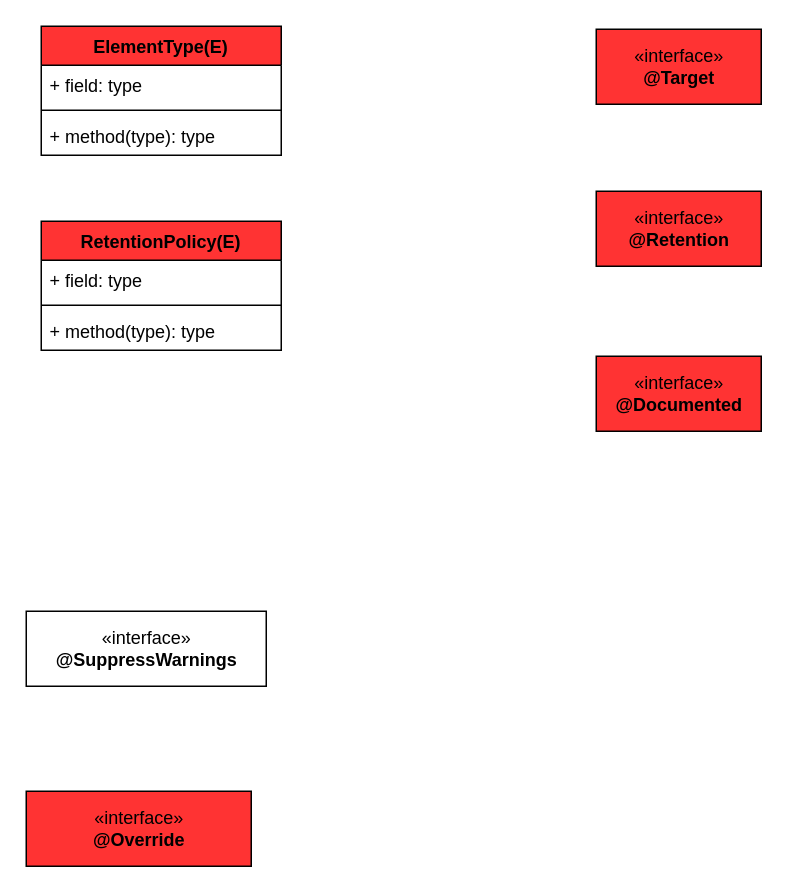
This is page "注解" (31 of 31) of jdk/rt.drawio from tadsimons/draw, a draw.io file, before an edit. Source tidied: cells renumbered, new cells numbered last; positions are measured from the earlier drawing's top-left corner, leaving out a move shared by most shapes. Both pictures are drawn from the tidied source at 150%, with x=0, y=0 at pixel (26, 26).
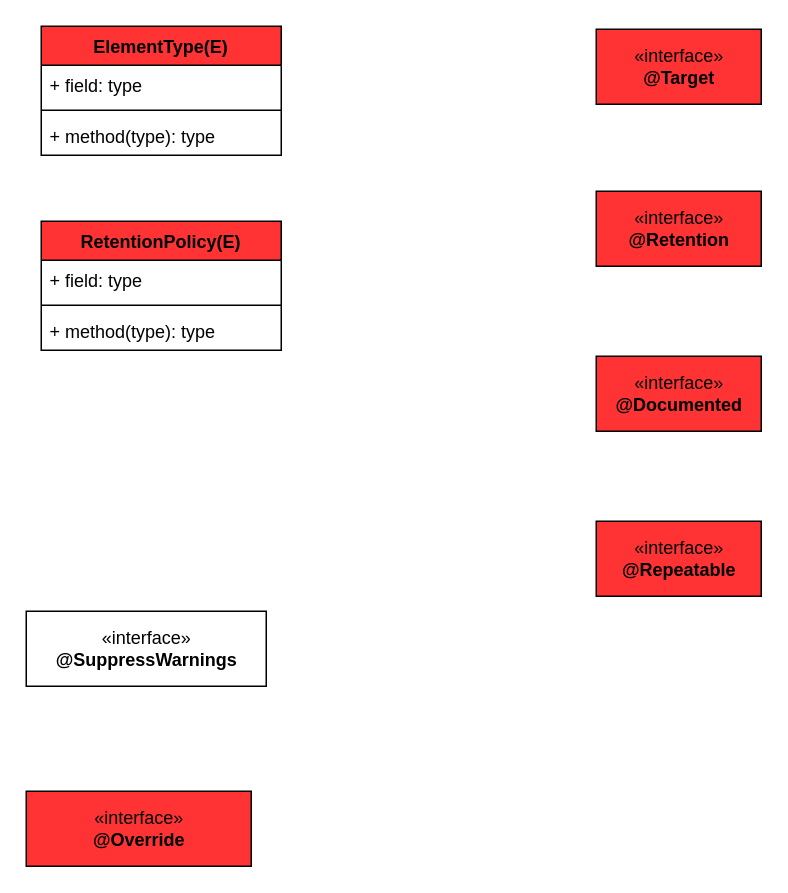
The same diagram, later.

What changed in the source:
```diff
@@
 <mxGraphModel>
   <root>
     <mxCell id="0" />
     <mxCell id="1" parent="0" />
     <mxCell id="2" value="«interface»&lt;br&gt;&lt;b&gt;@SuppressWarnings&lt;/b&gt;" style="html=1;" parent="1" vertex="1">
       <mxGeometry y="390" width="160" height="50" as="geometry" />
     </mxCell>
     <mxCell id="3" value="ElementType(E)" style="swimlane;fontStyle=1;align=center;verticalAlign=top;horizontal=1;startSize=26;fillColor=#FF3333;" parent="1" vertex="1">
       <mxGeometry x="10" width="160" height="86" as="geometry" />
     </mxCell>
     <mxCell id="4" value="+ field: type" style="text;strokeColor=none;fillColor=none;align=left;verticalAlign=top;spacingLeft=4;spacingRight=4;overflow=hidden;" parent="3" vertex="1">
       <mxGeometry y="26" width="160" height="26" as="geometry" />
     </mxCell>
     <mxCell id="5" style="line;strokeWidth=1;fillColor=none;align=left;verticalAlign=middle;spacingTop=-1;spacingLeft=3;spacingRight=3;labelPosition=right;" parent="3" vertex="1">
       <mxGeometry y="52" width="160" height="8" as="geometry" />
     </mxCell>
     <mxCell id="6" value="+ method(type): type" style="text;strokeColor=none;fillColor=none;align=left;verticalAlign=top;spacingLeft=4;spacingRight=4;overflow=hidden;" parent="3" vertex="1">
       <mxGeometry y="60" width="160" height="26" as="geometry" />
     </mxCell>
     <mxCell id="7" value="RetentionPolicy(E)" style="swimlane;fontStyle=1;align=center;verticalAlign=top;horizontal=1;startSize=26;fillColor=#FF3333;" parent="1" vertex="1">
       <mxGeometry x="10" y="130" width="160" height="86" as="geometry" />
     </mxCell>
     <mxCell id="8" value="+ field: type" style="text;strokeColor=none;fillColor=none;align=left;verticalAlign=top;spacingLeft=4;spacingRight=4;overflow=hidden;" parent="7" vertex="1">
       <mxGeometry y="26" width="160" height="26" as="geometry" />
     </mxCell>
     <mxCell id="9" style="line;strokeWidth=1;fillColor=none;align=left;verticalAlign=middle;spacingTop=-1;spacingLeft=3;spacingRight=3;labelPosition=right;" parent="7" vertex="1">
       <mxGeometry y="52" width="160" height="8" as="geometry" />
     </mxCell>
     <mxCell id="10" value="+ method(type): type" style="text;strokeColor=none;fillColor=none;align=left;verticalAlign=top;spacingLeft=4;spacingRight=4;overflow=hidden;" parent="7" vertex="1">
       <mxGeometry y="60" width="160" height="26" as="geometry" />
     </mxCell>
     <mxCell id="11" value="«interface»&lt;br&gt;&lt;b&gt;@Target&lt;/b&gt;" style="html=1;fillColor=#FF3333;" parent="1" vertex="1">
       <mxGeometry x="380" y="2" width="110" height="50" as="geometry" />
     </mxCell>
     <mxCell id="12" value="«interface»&lt;br&gt;&lt;b&gt;@Retention&lt;/b&gt;" style="html=1;fillColor=#FF3333;" parent="1" vertex="1">
       <mxGeometry x="380" y="110" width="110" height="50" as="geometry" />
     </mxCell>
     <mxCell id="13" value="«interface»&lt;br&gt;&lt;b&gt;@Documented&lt;/b&gt;" style="html=1;fillColor=#FF3333;" parent="1" vertex="1">
       <mxGeometry x="380" y="220" width="110" height="50" as="geometry" />
     </mxCell>
     <mxCell id="14" value="«interface»&lt;br&gt;&lt;b&gt;@Override&lt;/b&gt;" style="html=1;fillColor=#FF3333;" parent="1" vertex="1">
       <mxGeometry y="510" width="150" height="50" as="geometry" />
     </mxCell>
+    <mxCell id="15" value="«interface»&lt;br&gt;&lt;b&gt;@Repeatable&lt;/b&gt;" style="html=1;strokeColor=#000000;fillColor=#FF3333;" parent="1" vertex="1">
+      <mxGeometry x="380" y="330" width="110" height="50" as="geometry" />
+    </mxCell>
   </root>
 </mxGraphModel>
```
